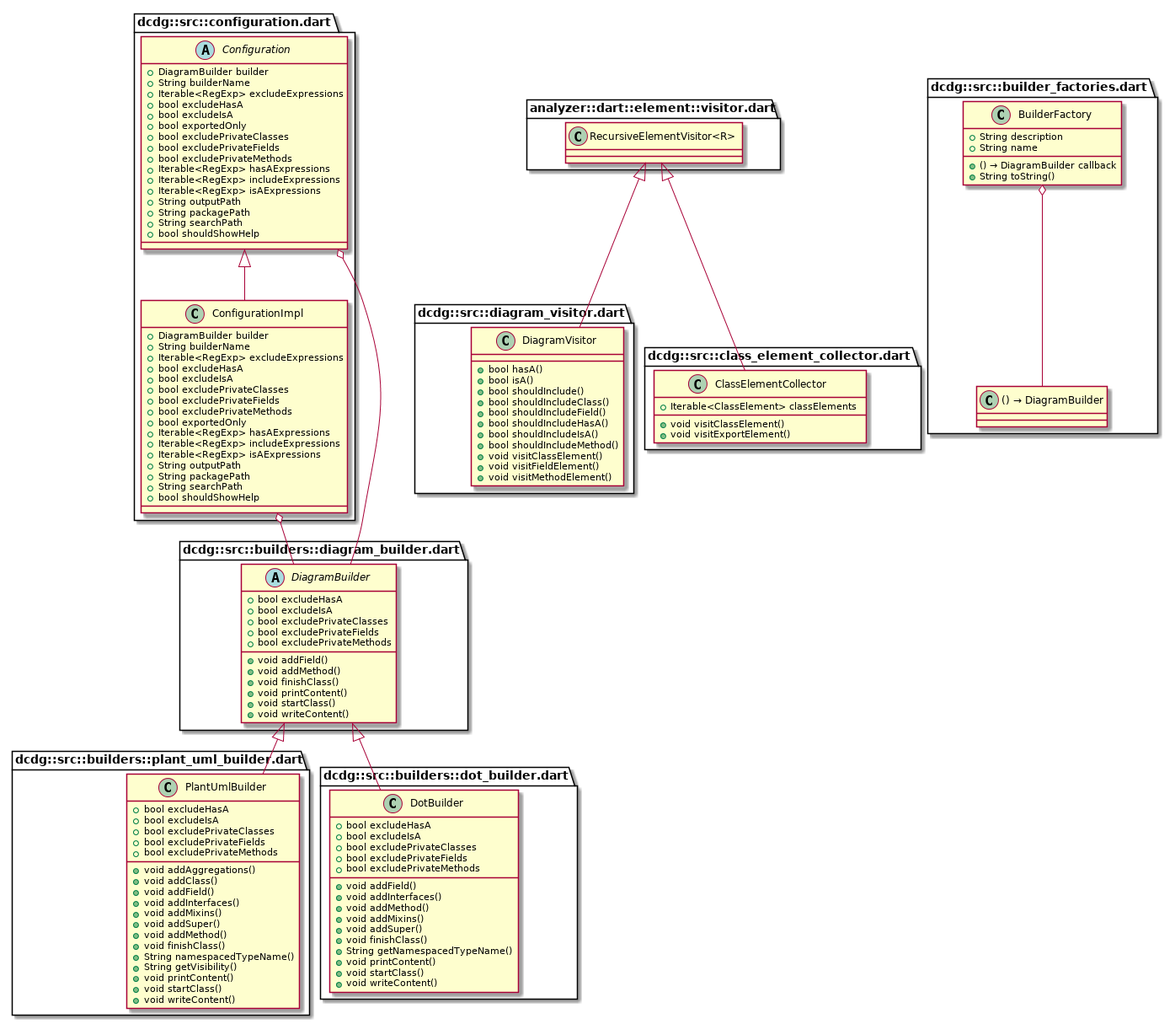
Before: example/dcdg.png, a diagram exported from PlantUML (glesica/dcdg.dart).
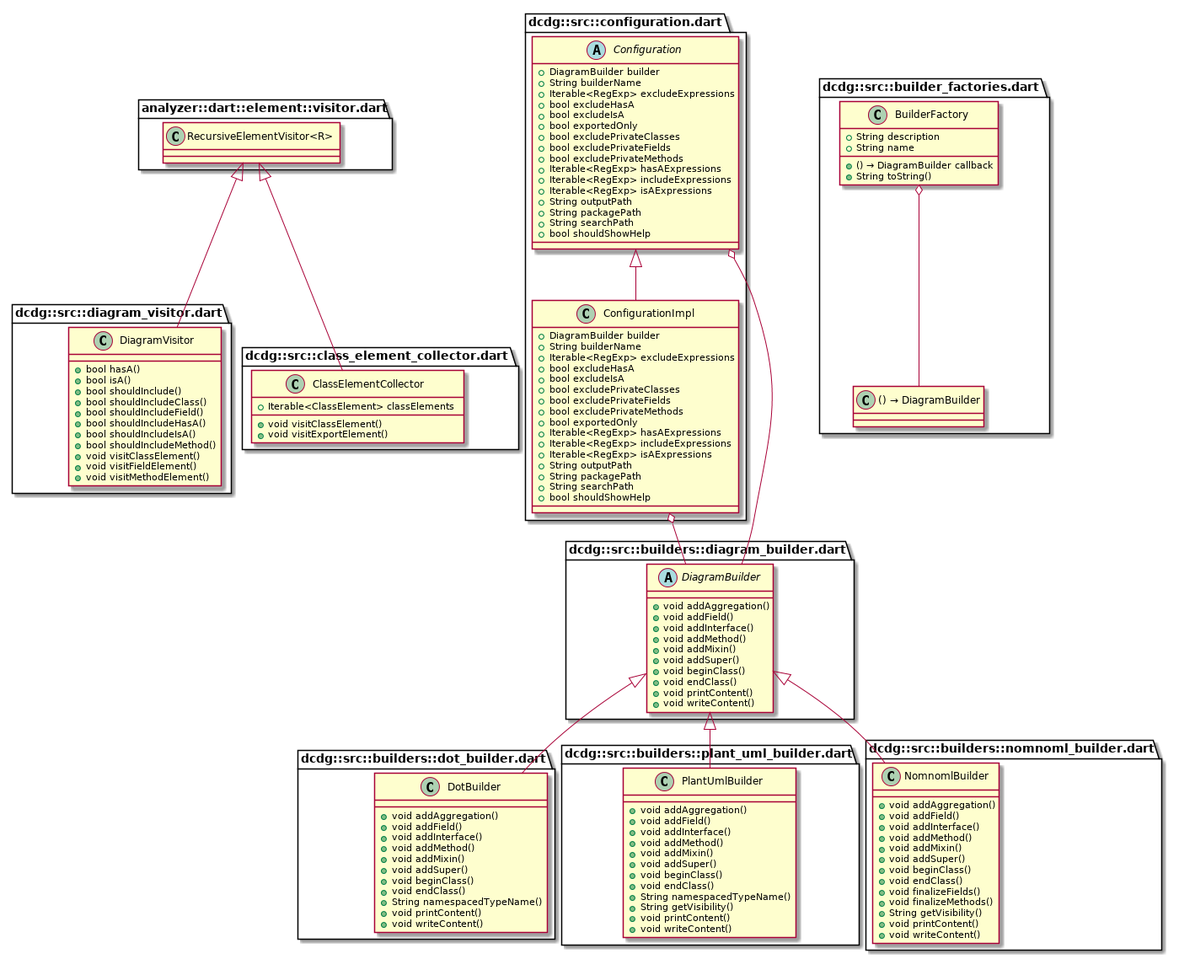
Above is the later version.

What changed in the source:
```diff
@@ -1,5 +1,91 @@
 @startuml
 set namespaceSeparator ::
+
+class "dcdg::src::diagram_visitor.dart::DiagramVisitor" {
+  +bool hasA()
+  +bool isA()
+  +bool shouldInclude()
+  +bool shouldIncludeClass()
+  +bool shouldIncludeField()
+  +bool shouldIncludeHasA()
+  +bool shouldIncludeIsA()
+  +bool shouldIncludeMethod()
+  +void visitClassElement()
+  +void visitFieldElement()
+  +void visitMethodElement()
+}
+
+"analyzer::dart::element::visitor.dart::RecursiveElementVisitor<R>" <|-- "dcdg::src::diagram_visitor.dart::DiagramVisitor"
+
+
+class "dcdg::src::builders::dot_builder.dart::DotBuilder" {
+  +void addAggregation()
+  +void addField()
+  +void addInterface()
+  +void addMethod()
+  +void addMixin()
+  +void addSuper()
+  +void beginClass()
+  +void endClass()
+  +String namespacedTypeName()
+  +void printContent()
+  +void writeContent()
+}
+
+"dcdg::src::builders::diagram_builder.dart::DiagramBuilder" <|-- "dcdg::src::builders::dot_builder.dart::DotBuilder"
+
+
+class "dcdg::src::builders::plant_uml_builder.dart::PlantUmlBuilder" {
+  +void addAggregation()
+  +void addField()
+  +void addInterface()
+  +void addMethod()
+  +void addMixin()
+  +void addSuper()
+  +void beginClass()
+  +void endClass()
+  +String namespacedTypeName()
+  +String getVisibility()
+  +void printContent()
+  +void writeContent()
+}
+
+"dcdg::src::builders::diagram_builder.dart::DiagramBuilder" <|-- "dcdg::src::builders::plant_uml_builder.dart::PlantUmlBuilder"
+
+
+abstract class "dcdg::src::builders::diagram_builder.dart::DiagramBuilder" {
+  +void addAggregation()
+  +void addField()
+  +void addInterface()
+  +void addMethod()
+  +void addMixin()
+  +void addSuper()
+  +void beginClass()
+  +void endClass()
+  +void printContent()
+  +void writeContent()
+}
+
+
+
+class "dcdg::src::builders::nomnoml_builder.dart::NomnomlBuilder" {
+  +void addAggregation()
+  +void addField()
+  +void addInterface()
+  +void addMethod()
+  +void addMixin()
+  +void addSuper()
+  +void beginClass()
+  +void endClass()
+  +void finalizeFields()
+  +void finalizeMethods()
+  +String getVisibility()
+  +void printContent()
+  +void writeContent()
+}
+
+"dcdg::src::builders::diagram_builder.dart::DiagramBuilder" <|-- "dcdg::src::builders::nomnoml_builder.dart::NomnomlBuilder"
+
 
 abstract class "dcdg::src::configuration.dart::Configuration" {
   +DiagramBuilder builder
@@ -42,86 +128,8 @@
   +bool shouldShowHelp
 }
 
+"dcdg::src::configuration.dart::ConfigurationImpl" o-- "dcdg::src::builders::diagram_builder.dart::DiagramBuilder"
 "dcdg::src::configuration.dart::Configuration" <|-- "dcdg::src::configuration.dart::ConfigurationImpl"
-"dcdg::src::configuration.dart::ConfigurationImpl" o-- "dcdg::src::builders::diagram_builder.dart::DiagramBuilder"
-
-
-class "dcdg::src::diagram_visitor.dart::DiagramVisitor" {
-  +bool hasA()
-  +bool isA()
-  +bool shouldInclude()
-  +bool shouldIncludeClass()
-  +bool shouldIncludeField()
-  +bool shouldIncludeHasA()
-  +bool shouldIncludeIsA()
-  +bool shouldIncludeMethod()
-  +void visitClassElement()
-  +void visitFieldElement()
-  +void visitMethodElement()
-}
-
-"analyzer::dart::element::visitor.dart::RecursiveElementVisitor<R>" <|-- "dcdg::src::diagram_visitor.dart::DiagramVisitor"
-
-
-class "dcdg::src::builders::plant_uml_builder.dart::PlantUmlBuilder" {
-  +bool excludeHasA
-  +bool excludeIsA
-  +bool excludePrivateClasses
-  +bool excludePrivateFields
-  +bool excludePrivateMethods
-  +void addAggregations()
-  +void addClass()
-  +void addField()
-  +void addInterfaces()
-  +void addMixins()
-  +void addSuper()
-  +void addMethod()
-  +void finishClass()
-  +String namespacedTypeName()
-  +String getVisibility()
-  +void printContent()
-  +void startClass()
-  +void writeContent()
-}
-
-"dcdg::src::builders::diagram_builder.dart::DiagramBuilder" <|-- "dcdg::src::builders::plant_uml_builder.dart::PlantUmlBuilder"
-
-
-class "dcdg::src::builders::dot_builder.dart::DotBuilder" {
-  +bool excludeHasA
-  +bool excludeIsA
-  +bool excludePrivateClasses
-  +bool excludePrivateFields
-  +bool excludePrivateMethods
-  +void addField()
-  +void addInterfaces()
-  +void addMethod()
-  +void addMixins()
-  +void addSuper()
-  +void finishClass()
-  +String getNamespacedTypeName()
-  +void printContent()
-  +void startClass()
-  +void writeContent()
-}
-
-"dcdg::src::builders::diagram_builder.dart::DiagramBuilder" <|-- "dcdg::src::builders::dot_builder.dart::DotBuilder"
-
-
-abstract class "dcdg::src::builders::diagram_builder.dart::DiagramBuilder" {
-  +bool excludeHasA
-  +bool excludeIsA
-  +bool excludePrivateClasses
-  +bool excludePrivateFields
-  +bool excludePrivateMethods
-  +void addField()
-  +void addMethod()
-  +void finishClass()
-  +void printContent()
-  +void startClass()
-  +void writeContent()
-}
-
 
 
 class "dcdg::src::builder_factories.dart::BuilderFactory" {
```
